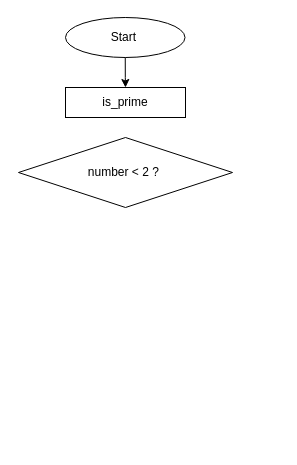
Earlier version of the draw.io diagram python/Untitled Diagram.drawio (eea2001/coder-may-23-repo). Source tidied: cells renumbered, new cells numbered last; positions are measured from the earlier drawing's top-left corner, leaving out a move shared by most shapes. Both pictures are drawn from the tidied source at 100%, with x=0, y=0 at pixel (18, 17).
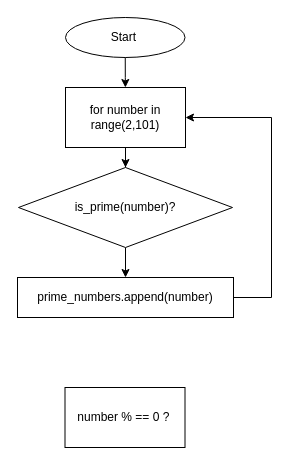
The same page after the edit.

Diff of the diagram source:
```diff
@@
 <mxGraphModel>
   <root>
     <mxCell id="0" />
     <mxCell id="1" parent="0" />
-    <mxCell id="2" style="edgeStyle=orthogonalEdgeStyle;rounded=0;jettySize=auto;html=1;" parent="1" edge="1" source="3" target="4">
-      <mxGeometry relative="1" as="geometry" />
+    <mxCell id="2" style="edgeStyle=orthogonalEdgeStyle;rounded=0;jettySize=auto;html=1;" parent="1" edge="1" source="3">
+      <mxGeometry relative="1" as="geometry">
+        <mxPoint x="106.9" y="70" as="targetPoint" />
+      </mxGeometry>
     </mxCell>
     <mxCell id="3" value="Start&amp;nbsp;" style="ellipse;whiteSpace=wrap;html=1;" parent="1" vertex="1">
       <mxGeometry x="47" width="119.5" height="40" as="geometry" />
     </mxCell>
-    <mxCell id="4" value="is_prime" style="rounded=0;whiteSpace=wrap;html=1;" parent="1" vertex="1">
-      <mxGeometry x="47" y="70" width="120" height="30" as="geometry" />
-    </mxCell>
-    <mxCell id="5" value="number &amp;lt; 2 ?&amp;nbsp;" style="rhombus;whiteSpace=wrap;html=1;" parent="1" vertex="1">
-      <mxGeometry y="120" width="214" height="70" as="geometry" />
-    </mxCell>
+    <mxCell id="6" style="edgeStyle=orthogonalEdgeStyle;rounded=0;jettySize=auto;html=1;" parent="1" edge="1" source="7" target="9">
+      <mxGeometry relative="1" as="geometry" />
+    </mxCell>
+    <mxCell id="7" value="for number in range(2,101)" style="rounded=0;whiteSpace=wrap;html=1;" parent="1" vertex="1">
+      <mxGeometry x="47" y="70" width="120" height="60" as="geometry" />
+    </mxCell>
+    <mxCell id="8" style="edgeStyle=orthogonalEdgeStyle;rounded=0;jettySize=auto;html=1;" parent="1" edge="1" source="9" target="10">
+      <mxGeometry relative="1" as="geometry" />
+    </mxCell>
+    <mxCell id="9" value="is_prime(number)?" style="rhombus;whiteSpace=wrap;html=1;" parent="1" vertex="1">
+      <mxGeometry y="150" width="214" height="80" as="geometry" />
+    </mxCell>
+    <mxCell id="10" value="prime_numbers.append(number)" style="rounded=0;whiteSpace=wrap;html=1;" parent="1" vertex="1">
+      <mxGeometry x="-1" y="260" width="216" height="40" as="geometry" />
+    </mxCell>
+    <mxCell id="11" style="endArrow=classic;html=1;rounded=0;exitX=1;exitY=0.5;exitDx=0;exitDy=0;entryX=1;entryY=0.5;entryDx=0;entryDy=0;" parent="1" edge="1" source="10" target="7">
+      <mxGeometry relative="1" as="geometry">
+        <Array as="points">
+          <mxPoint x="253" y="280" />
+          <mxPoint x="253" y="100" />
+        </Array>
+      </mxGeometry>
+    </mxCell>
+    <mxCell id="12" value="number % == 0 ?&amp;nbsp;" style="rounded=0;whiteSpace=wrap;html=1;" parent="1" vertex="1">
+      <mxGeometry x="46.5" y="370" width="120" height="60" as="geometry" />
+    </mxCell>
   </root>
 </mxGraphModel>
```
